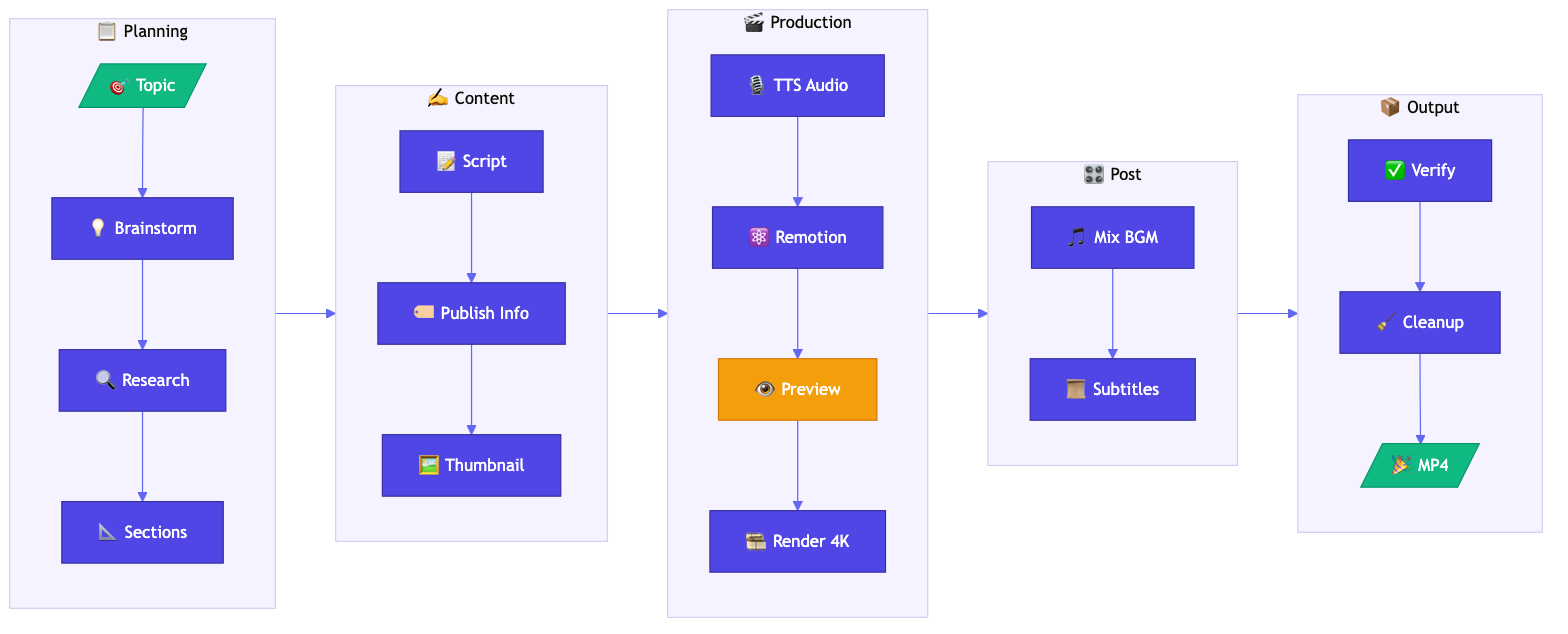
This is images/workflow.png from Agents365-ai/video-podcast-maker, a Mermaid export, as it was before one commit. Its source is kept beside it as images/workflow.mmd.
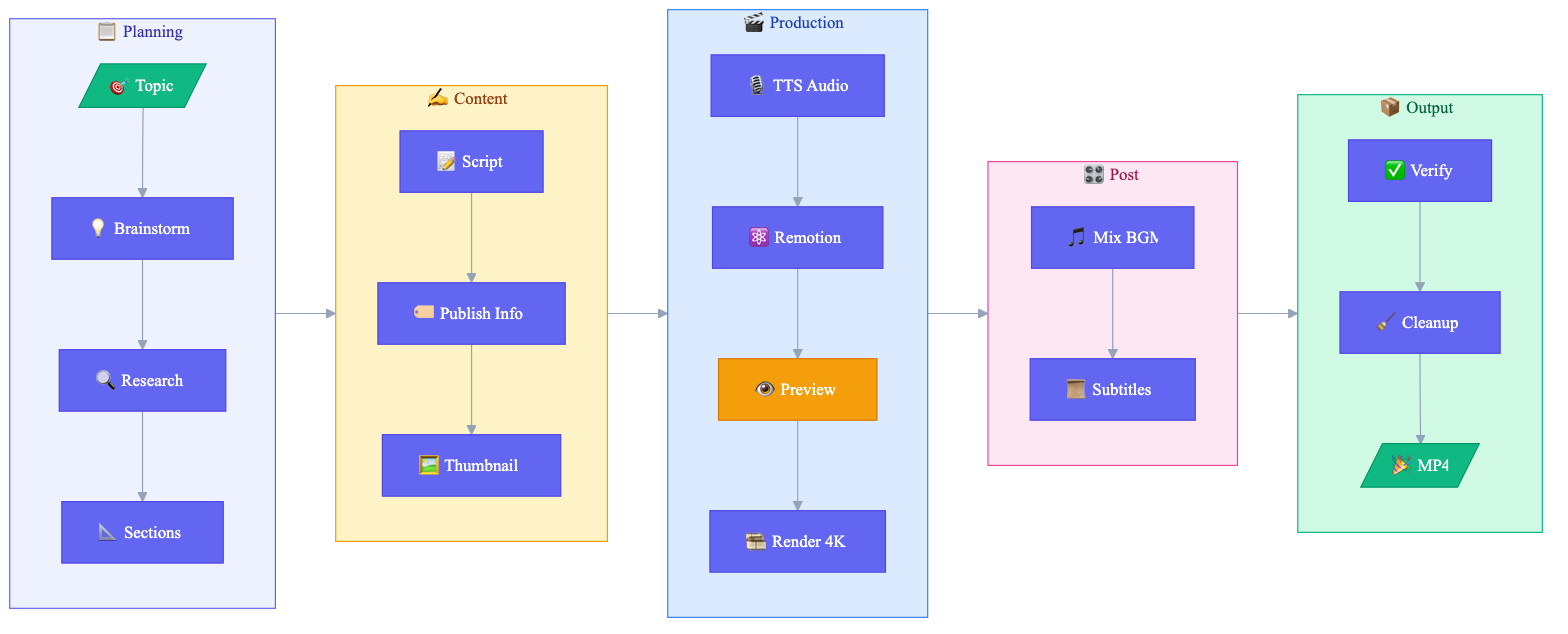
Later version of the same file.

Commit message:
Improve workflow diagram colors with distinct phase backgrounds

The edit, as a diff of the source:
```diff
@@ -1,4 +1,4 @@
-%%{init: {'theme': 'base', 'themeVariables': { 'primaryColor': '#4F46E5', 'primaryTextColor': '#fff', 'primaryBorderColor': '#3730A3', 'lineColor': '#6366F1', 'secondaryColor': '#E0E7FF', 'tertiaryColor': '#F5F3FF', 'fontSize': '14px'}}}%%
+%%{init: {'theme': 'base', 'themeVariables': { 'primaryColor': '#6366F1', 'primaryTextColor': '#fff', 'primaryBorderColor': '#4F46E5', 'lineColor': '#94A3B8', 'secondaryColor': '#F1F5F9', 'tertiaryColor': '#fff', 'fontSize': '14px', 'fontFamily': 'system-ui, sans-serif'}}}%%
 
 flowchart LR
     subgraph PLAN["📋 Planning"]
@@ -37,3 +37,9 @@
     style A fill:#10B981,stroke:#059669,color:#fff
     style P fill:#10B981,stroke:#059669,color:#fff
     style J fill:#F59E0B,stroke:#D97706,color:#fff
+
+    style PLAN fill:#EEF2FF,stroke:#6366F1,color:#3730A3
+    style CONTENT fill:#FEF3C7,stroke:#F59E0B,color:#92400E
+    style PROD fill:#DBEAFE,stroke:#3B82F6,color:#1E40AF
+    style POST fill:#FCE7F3,stroke:#EC4899,color:#9D174D
+    style OUT fill:#D1FAE5,stroke:#10B981,color:#065F46
```
